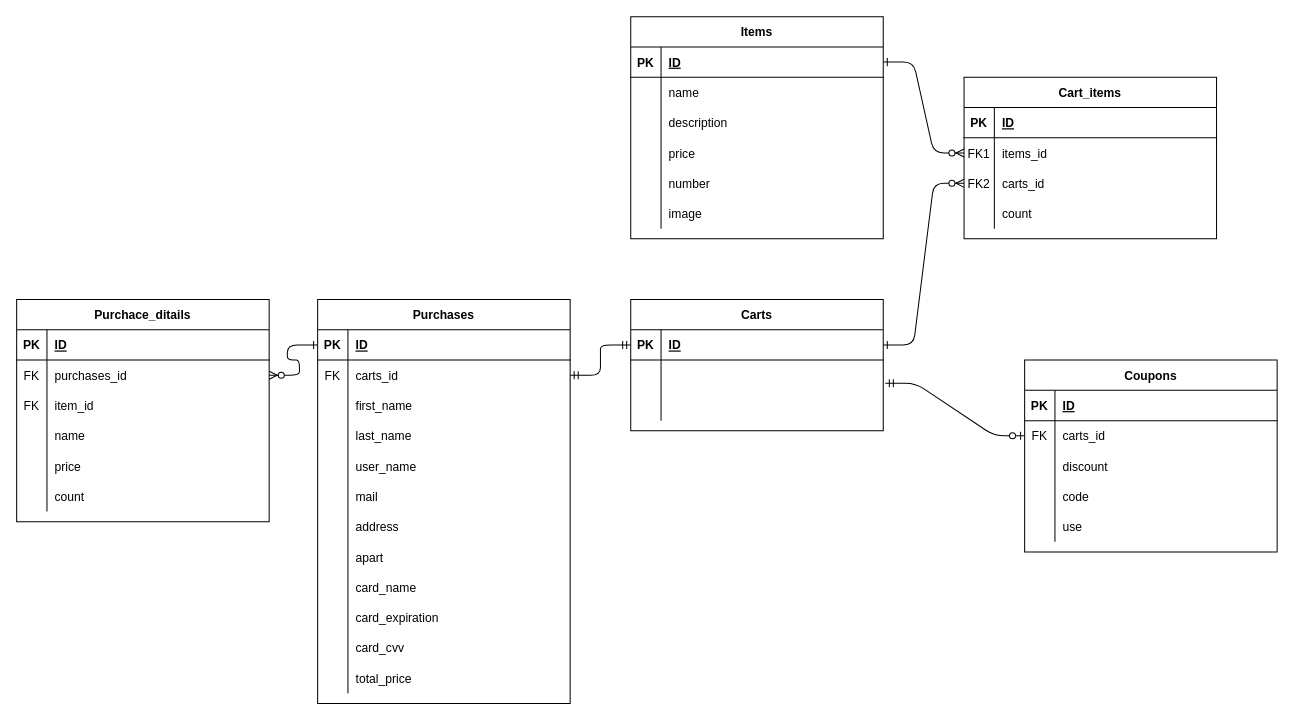
Above: ECサイトER.drawio in hie3-336/rails_ec (draw.io), before the change. Source tidied: cells renumbered, new cells numbered last; positions are measured from the earlier drawing's top-left corner, leaving out a move shared by most shapes. Both pictures are drawn from the tidied source at 101%, with x=0, y=0 at pixel (16, 16).
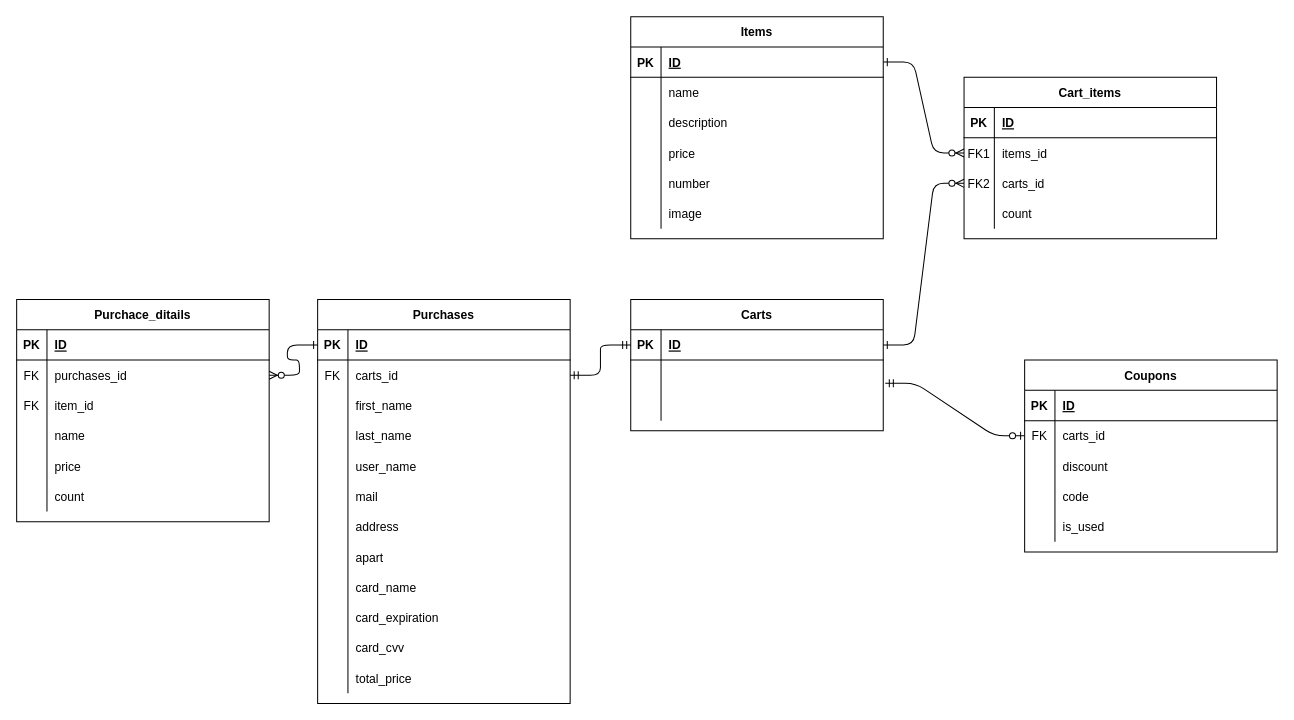
Above is the later version.

Commit message:
ER図一部ミス修正

Unchanged cells that the change refers to:
```xml
<mxCell id="118" style="shape=partialRectangle;fillColor=none;top=0;left=0;right=0;bottom=0;" parent="105" vertex="1">
  <mxGeometry y="150" width="250" height="30" as="geometry" />
</mxCell>
```

The edit, as a diff of the source:
```diff
@@
-    <mxCell id="120" value="use" style="shape=partialRectangle;overflow=hidden;fillColor=none;top=0;left=0;bottom=0;right=0;align=left;spacingLeft=6;" parent="118" vertex="1">
+    <mxCell id="120" value="is_used" style="shape=partialRectangle;overflow=hidden;fillColor=none;top=0;left=0;bottom=0;right=0;align=left;spacingLeft=6;" parent="118" vertex="1">
       <mxGeometry x="30" width="220" height="30" as="geometry" />
     </mxCell>
```
